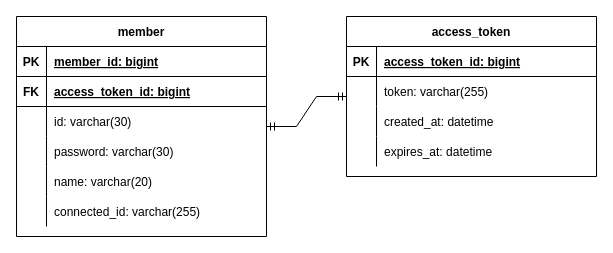
GunwooJo/AssetManagement keeps this draw.io diagram as ER다이어그램(자산관리앱).drawio. Above is the earlier version. Source tidied: cells renumbered, new cells numbered last; positions are measured from the earlier drawing's top-left corner, leaving out a move shared by most shapes. Both pictures are drawn from the tidied source at 100%, with x=0, y=0 at pixel (16, 16).
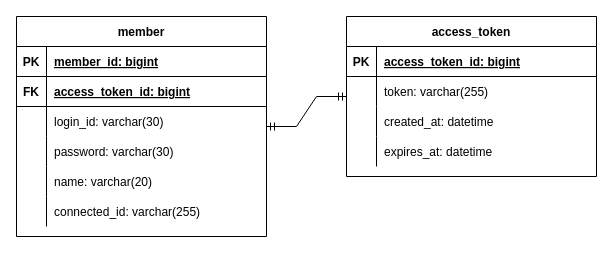
Above is the later version.

Commit message:
member 테이블 컬럼 수정

The change refers to these unchanged cells:
```xml
<mxCell id="22" style="shape=partialRectangle;fillColor=none;top=0;left=0;right=0;bottom=0;" parent="15" vertex="1">
  <mxGeometry y="90" width="250" height="30" as="geometry" />
</mxCell>
```

What changed in the source:
```diff
@@
-    <mxCell id="24" value="id: varchar(30)" style="shape=partialRectangle;overflow=hidden;fillColor=none;top=0;left=0;bottom=0;right=0;align=left;spacingLeft=6;" parent="22" vertex="1">
+    <mxCell id="24" value="login_id: varchar(30)" style="shape=partialRectangle;overflow=hidden;fillColor=none;top=0;left=0;bottom=0;right=0;align=left;spacingLeft=6;" parent="22" vertex="1">
       <mxGeometry x="30" width="220" height="30" as="geometry" />
     </mxCell>
```
